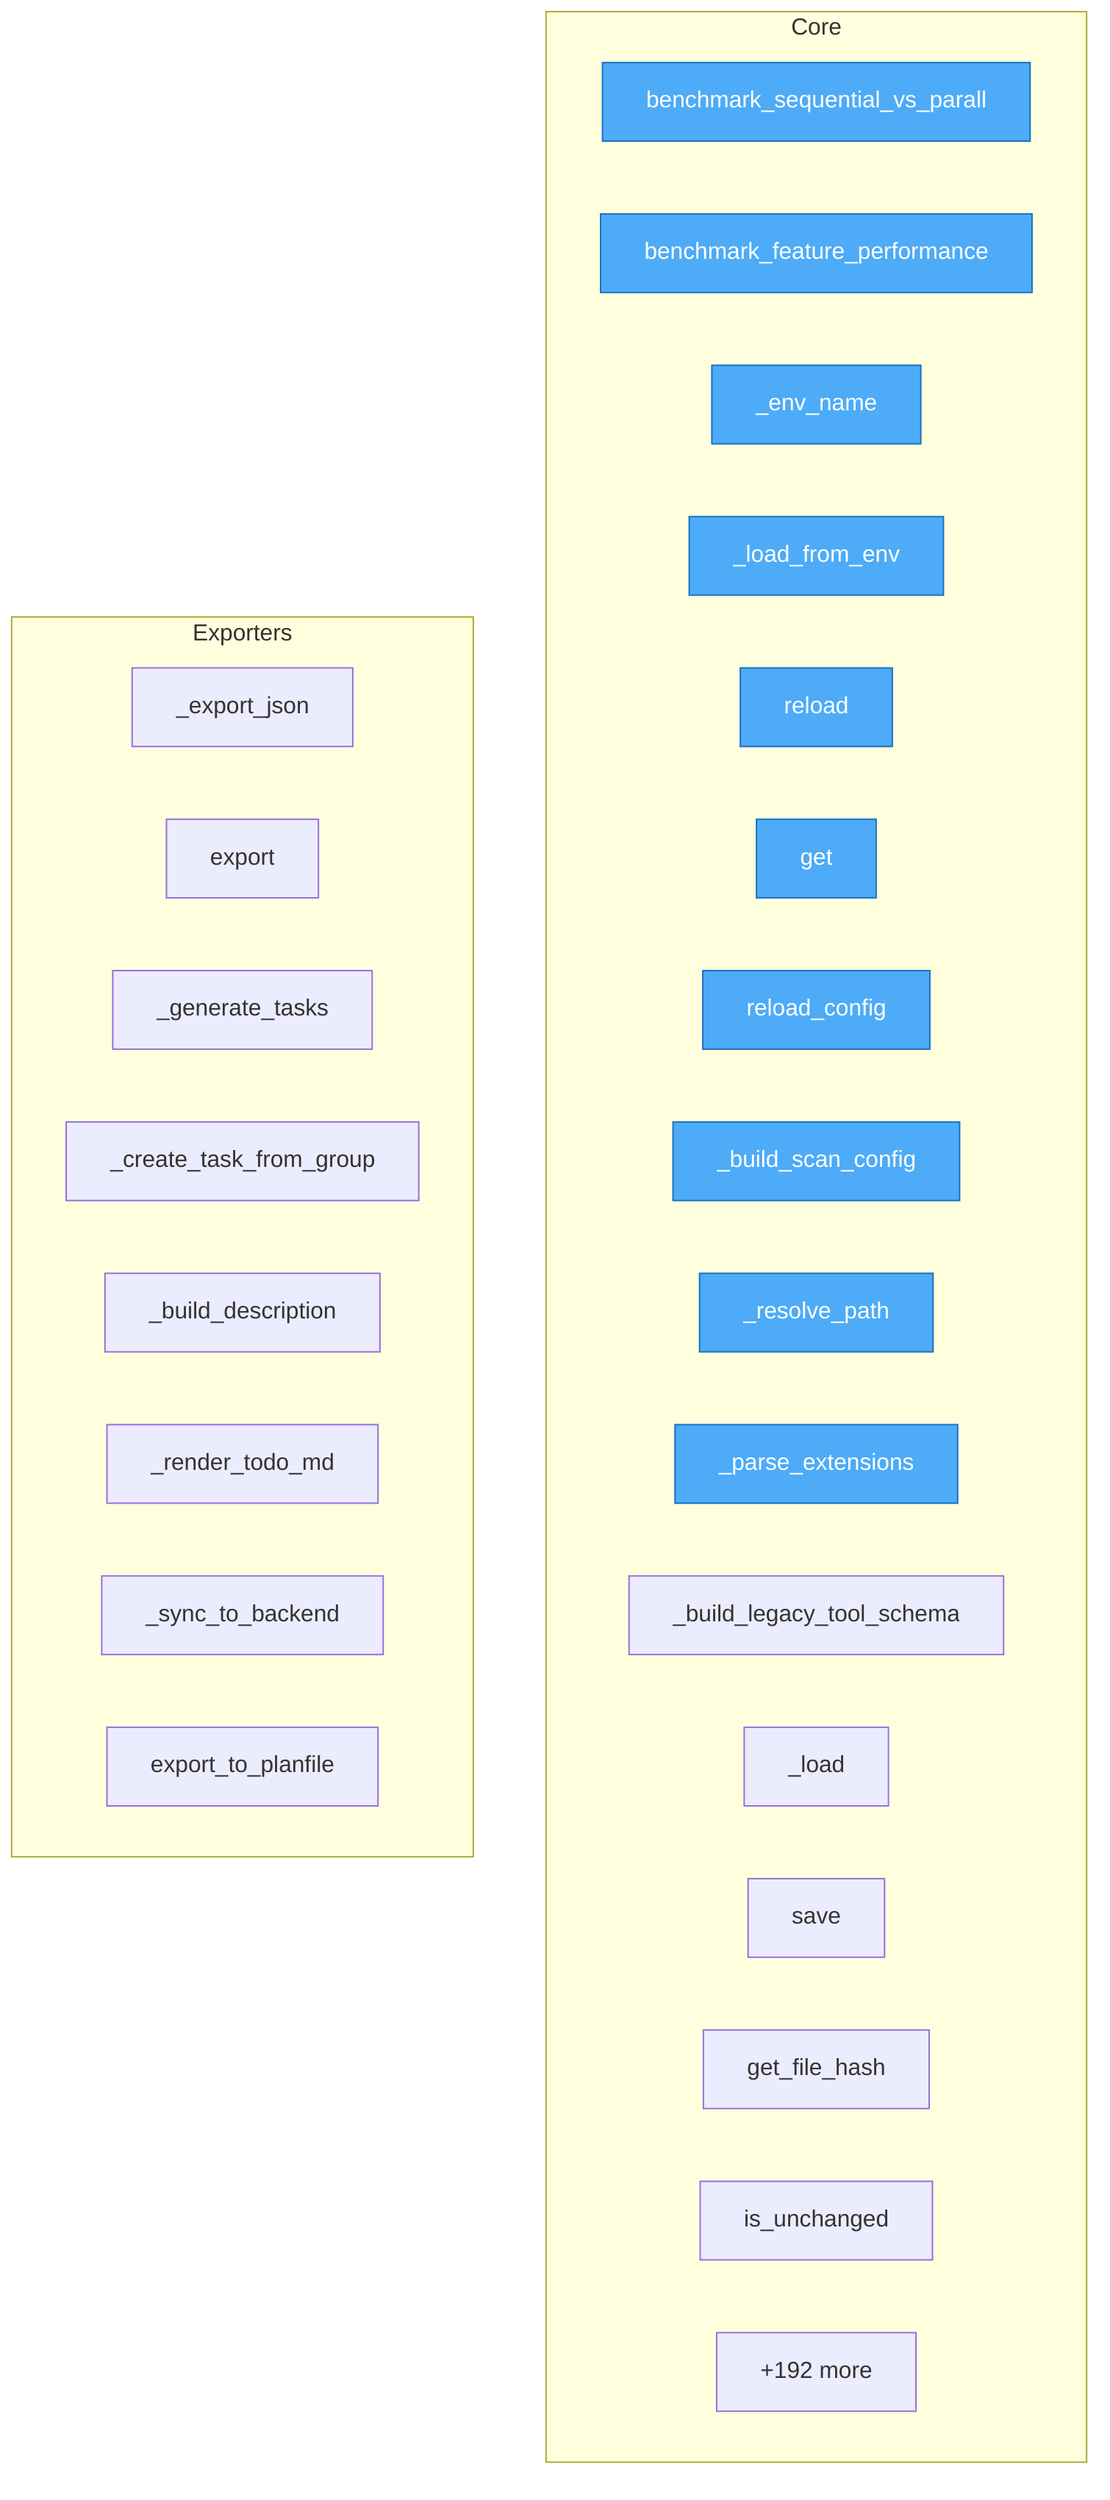
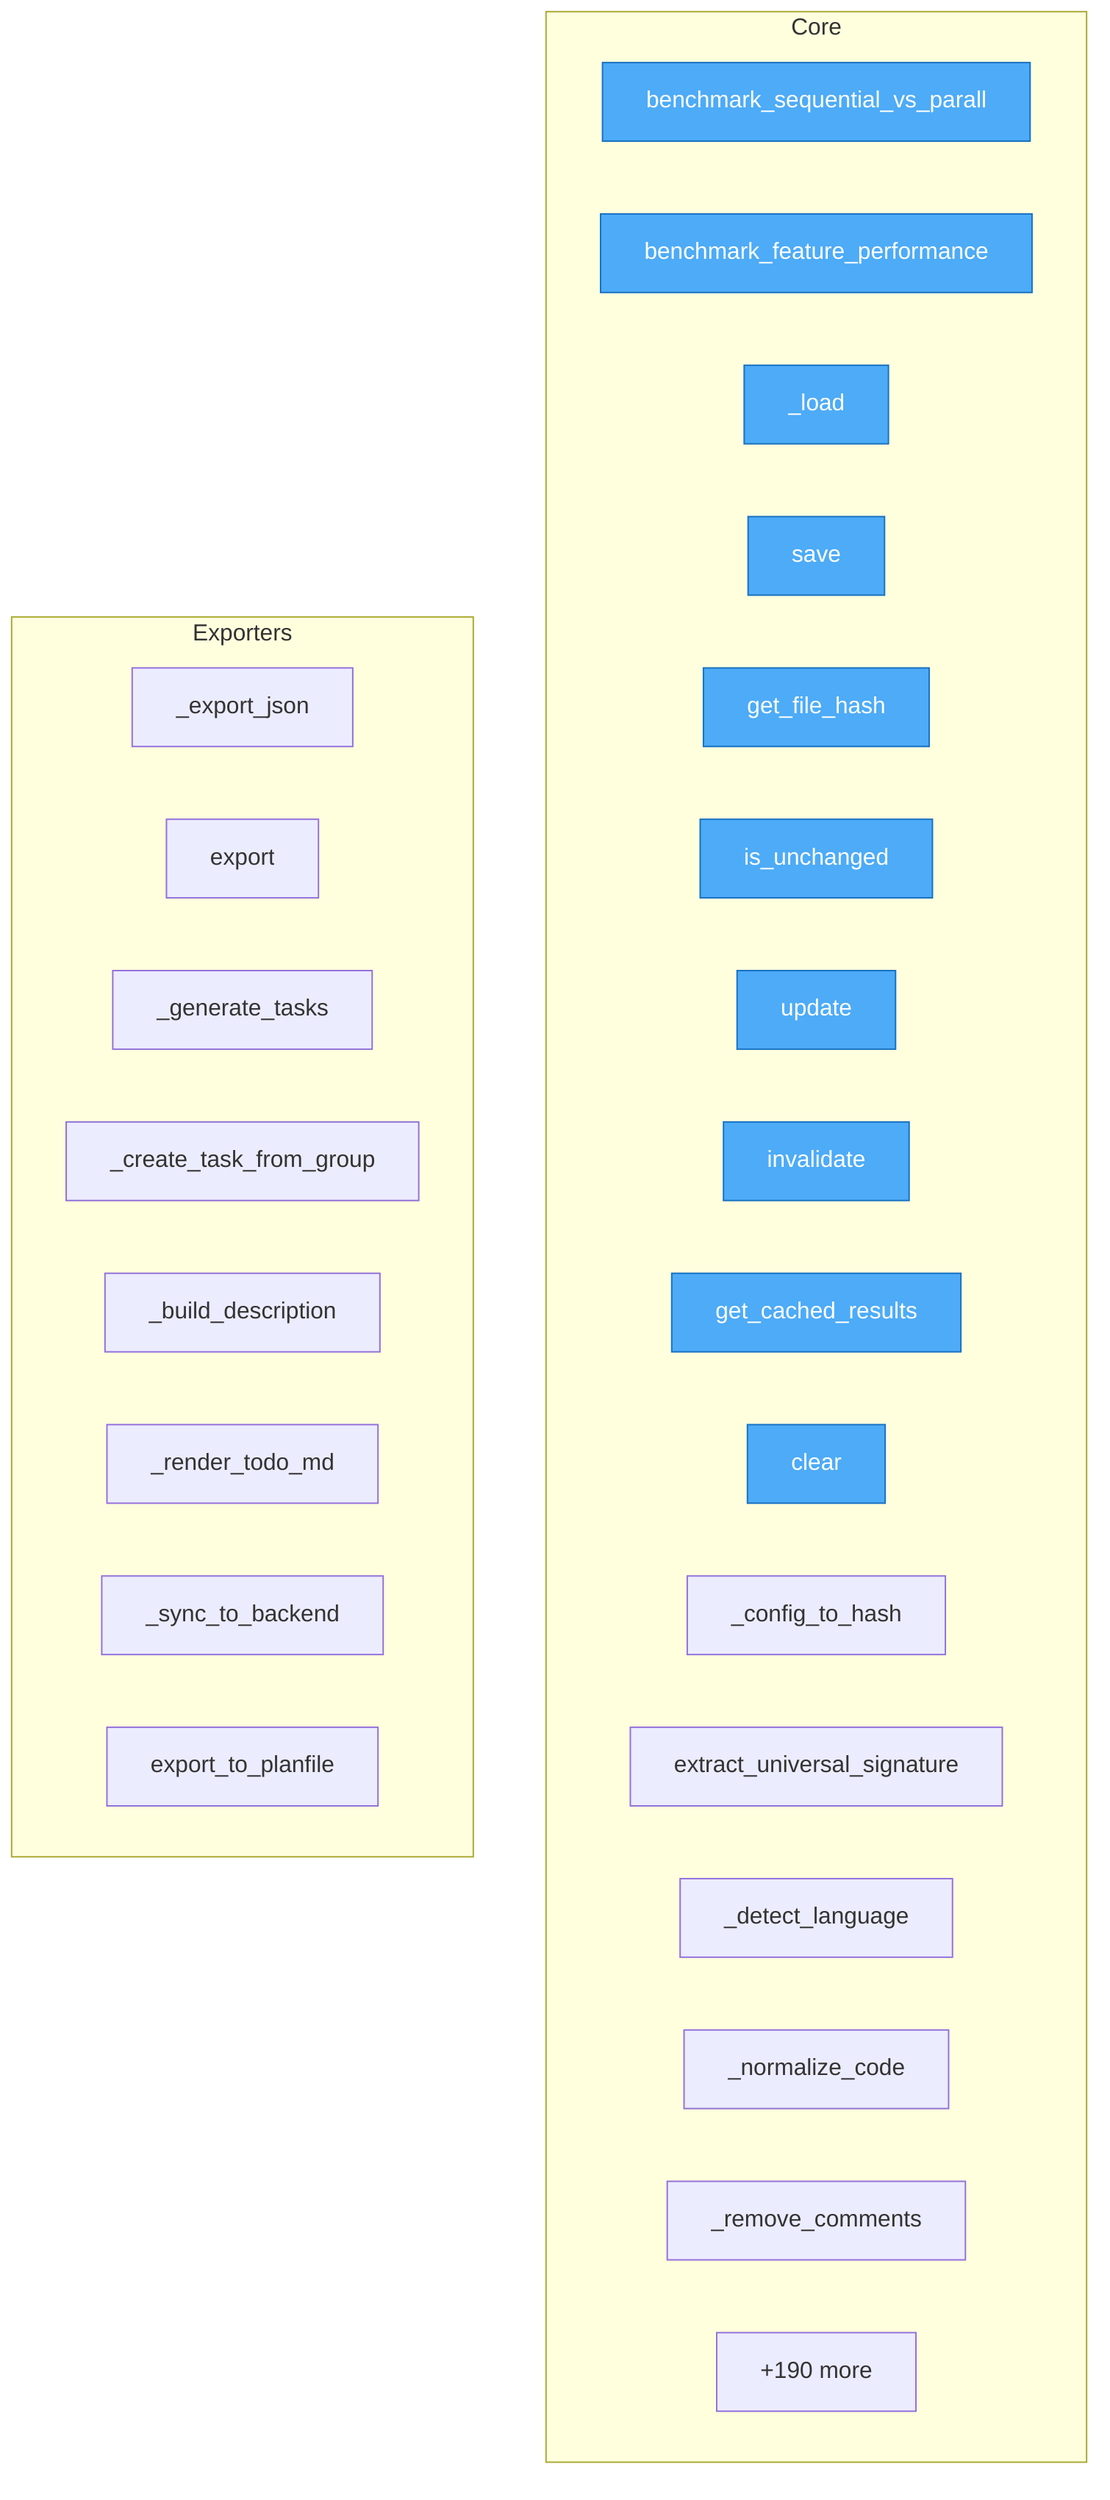
flowchart TD
- %% generated in 0.02s
+ %% generated in 0.03s

    %% Entry points (blue)
    classDef entry fill:#4dabf7,stroke:#1971c2,color:#fff

    subgraph Core
        benchmark__benchmark_sequential_vs_parallel["benchmark_sequential_vs_parall"]
        benchmark__benchmark_feature_performance["benchmark_feature_performance"]
-         src__redup__config__RedupConfig___env_name["_env_name"]
-         src__redup__config__RedupConfig___load_from_env["_load_from_env"]
-         src__redup__config__RedupConfig__reload["reload"]
-         src__redup__config__RedupConfig__get["get"]
-         src__redup__config__reload_config["reload_config"]
-         src__redup__analysis_logic___build_scan_config["_build_scan_config"]
-         src__redup__utils___resolve_path["_resolve_path"]
-         src__redup__utils___parse_extensions["_parse_extensions"]
-         src__redup__mcp_server___build_legacy_tool_schema["_build_legacy_tool_schema"]
        src__redup__core__hash_cache__HashCache___load["_load"]
        src__redup__core__hash_cache__HashCache__save["save"]
        src__redup__core__hash_cache__HashCache__get_file_hash["get_file_hash"]
        src__redup__core__hash_cache__HashCache__is_unchanged["is_unchanged"]
-         ...["+192 more"]
+         src__redup__core__hash_cache__HashCache__update["update"]
+         src__redup__core__hash_cache__HashCache__invalidate["invalidate"]
+         src__redup__core__hash_cache__HashCache__get_cached_results["get_cached_results"]
+         src__redup__core__hash_cache__HashCache__clear["clear"]
+         src__redup__core__hash_cache___config_to_hash["_config_to_hash"]
+         src__redup__core__universal_fuzzy__UniversalFuzzyExtractor__extract_universal_signature["extract_universal_signature"]
+         src__redup__core__universal_fuzzy__UniversalFuzzyExtractor___detect_language["_detect_language"]
+         src__redup__core__universal_fuzzy__UniversalFuzzyExtractor___normalize_code["_normalize_code"]
+         src__redup__core__universal_fuzzy__UniversalFuzzyExtractor___remove_comments["_remove_comments"]
+         ...["+190 more"]
    end

    subgraph Exporters
        src__redup__cli_app__compare_command___export_json["_export_json"]
        src__redup__integrations__planfile_integration__DuplicateTaskExporter__export["export"]
        src__redup__integrations__planfile_integration__DuplicateTaskExporter___generate_tasks["_generate_tasks"]
        src__redup__integrations__planfile_integration__DuplicateTaskExporter___create_task_from_group["_create_task_from_group"]
        src__redup__integrations__planfile_integration__DuplicateTaskExporter___build_description["_build_description"]
        src__redup__integrations__planfile_integration__DuplicateTaskExporter___render_todo_md["_render_todo_md"]
        src__redup__integrations__planfile_integration__DuplicateTaskExporter___sync_to_backend["_sync_to_backend"]
        src__redup__integrations__planfile_integration__export_to_planfile["export_to_planfile"]
    end

-     class benchmark__benchmark_sequential_vs_parallel,benchmark__benchmark_feature_performance,src__redup__config__RedupConfig___env_name,src__redup__config__RedupConfig___load_from_env,src__redup__config__RedupConfig__reload,src__redup__config__RedupConfig__get,src__redup__config__reload_config,src__redup__analysis_logic___build_scan_config,src__redup__utils___resolve_path,src__redup__utils___parse_extensions entry
+     class benchmark__benchmark_sequential_vs_parallel,benchmark__benchmark_feature_performance,src__redup__core__hash_cache__HashCache___load,src__redup__core__hash_cache__HashCache__save,src__redup__core__hash_cache__HashCache__get_file_hash,src__redup__core__hash_cache__HashCache__is_unchanged,src__redup__core__hash_cache__HashCache__update,src__redup__core__hash_cache__HashCache__invalidate,src__redup__core__hash_cache__HashCache__get_cached_results,src__redup__core__hash_cache__HashCache__clear entry
